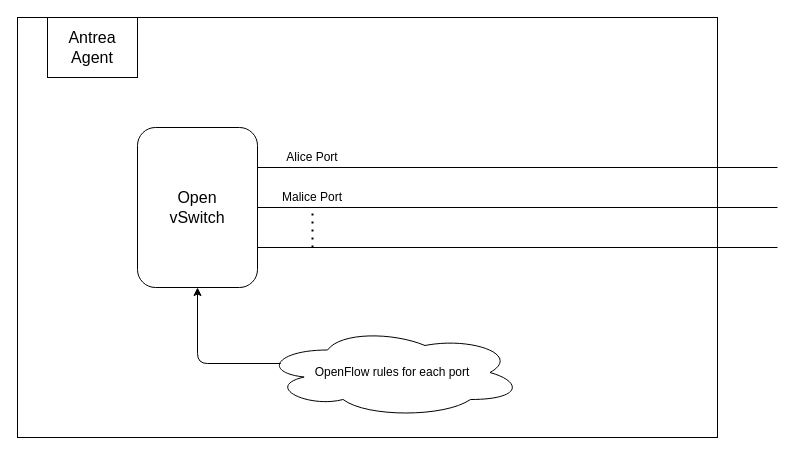
Before: page "Open vSwitch" (2 of 3) of demos/demo1/demo1.drawio in parasecurity/principals, a draw.io diagram. Source tidied: cells renumbered, new cells numbered last; positions are measured from the earlier drawing's top-left corner, leaving out a move shared by most shapes. Both pictures are drawn from the tidied source at 100%, with x=0, y=0 at pixel (17, 17).
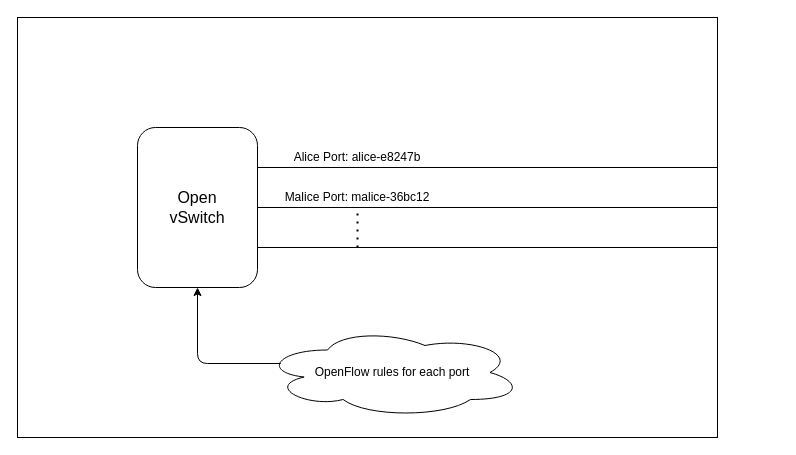
The same diagram, later.

Change to the diagram source:
```diff
@@
 <mxGraphModel>
   <root>
     <mxCell id="0" />
     <mxCell id="1" parent="0" />
     <mxCell id="2" style="rounded=0;whiteSpace=wrap;html=1;" parent="1" vertex="1">
       <mxGeometry width="700" height="420" as="geometry" />
     </mxCell>
-    <mxCell id="3" value="&lt;font style=&quot;font-size: 16px&quot;&gt;Antrea&lt;br&gt;Agent&lt;br&gt;&lt;/font&gt;" style="rounded=0;whiteSpace=wrap;html=1;" parent="1" vertex="1">
-      <mxGeometry x="30" width="90" height="60" as="geometry" />
-    </mxCell>
     <mxCell id="4" value="&lt;font style=&quot;font-size: 16px&quot;&gt;Open&lt;br&gt;vSwitch&lt;br&gt;&lt;/font&gt;" style="rounded=1;whiteSpace=wrap;html=1;" parent="1" vertex="1">
       <mxGeometry x="120" y="110" width="120" height="160" as="geometry" />
     </mxCell>
     <mxCell id="5" style="endArrow=none;html=1;entryX=1;entryY=0.25;entryDx=0;entryDy=0;" parent="1" edge="1" target="4">
       <mxGeometry relative="1" as="geometry">
-        <mxPoint x="760" y="150" as="sourcePoint" />
+        <mxPoint x="700" y="150" as="sourcePoint" />
       </mxGeometry>
     </mxCell>
     <mxCell id="6" style="endArrow=none;html=1;entryX=1;entryY=0.5;entryDx=0;entryDy=0;" parent="1" edge="1" target="4">
       <mxGeometry relative="1" as="geometry">
-        <mxPoint x="760" y="190" as="sourcePoint" />
+        <mxPoint x="700" y="190" as="sourcePoint" />
       </mxGeometry>
     </mxCell>
-    <mxCell id="7" value="Alice Port" style="text;html=1;strokeColor=none;fillColor=none;align=center;verticalAlign=middle;whiteSpace=wrap;rounded=0;" parent="1" vertex="1">
-      <mxGeometry x="260" y="130" width="70" height="20" as="geometry" />
-    </mxCell>
-    <mxCell id="8" value="Malice Port" style="text;html=1;strokeColor=none;fillColor=none;align=center;verticalAlign=middle;whiteSpace=wrap;rounded=0;" parent="1" vertex="1">
-      <mxGeometry x="260" y="170" width="70" height="20" as="geometry" />
+    <mxCell id="8" value="Malice Port:&amp;nbsp;malice-36bc12" style="text;html=1;strokeColor=none;fillColor=none;align=center;verticalAlign=middle;whiteSpace=wrap;rounded=0;" parent="1" vertex="1">
+      <mxGeometry x="260" y="170" width="160" height="20" as="geometry" />
     </mxCell>
     <mxCell id="9" style="endArrow=none;html=1;entryX=1;entryY=0.75;entryDx=0;entryDy=0;" parent="1" edge="1" target="4">
       <mxGeometry relative="1" as="geometry">
-        <mxPoint x="760" y="230" as="sourcePoint" />
+        <mxPoint x="700" y="230" as="sourcePoint" />
       </mxGeometry>
     </mxCell>
     <mxCell id="10" style="endArrow=none;dashed=1;html=1;dashPattern=1 3;strokeWidth=2;entryX=0.5;entryY=1;entryDx=0;entryDy=0;" parent="1" edge="1" target="8">
       <mxGeometry relative="1" as="geometry">
-        <mxPoint x="295" y="230" as="sourcePoint" />
+        <mxPoint x="340" y="230" as="sourcePoint" />
       </mxGeometry>
     </mxCell>
     <mxCell id="11" value="OpenFlow rules for each port" style="ellipse;shape=cloud;whiteSpace=wrap;html=1;" parent="1" vertex="1">
       <mxGeometry x="245" y="310" width="260" height="90" as="geometry" />
     </mxCell>
     <mxCell id="12" style="endArrow=classic;html=1;entryX=0.5;entryY=1;entryDx=0;entryDy=0;exitX=0.07;exitY=0.4;exitDx=0;exitDy=0;exitPerimeter=0;" parent="1" edge="1" source="11" target="4">
       <mxGeometry relative="1" as="geometry">
         <Array as="points">
           <mxPoint x="180" y="346" />
         </Array>
       </mxGeometry>
     </mxCell>
+    <mxCell id="13" value="Alice Port: alice-e8247b" style="text;html=1;strokeColor=none;fillColor=none;align=center;verticalAlign=middle;whiteSpace=wrap;rounded=0;" parent="1" vertex="1">
+      <mxGeometry x="260" y="130" width="160" height="20" as="geometry" />
+    </mxCell>
   </root>
 </mxGraphModel>
```
